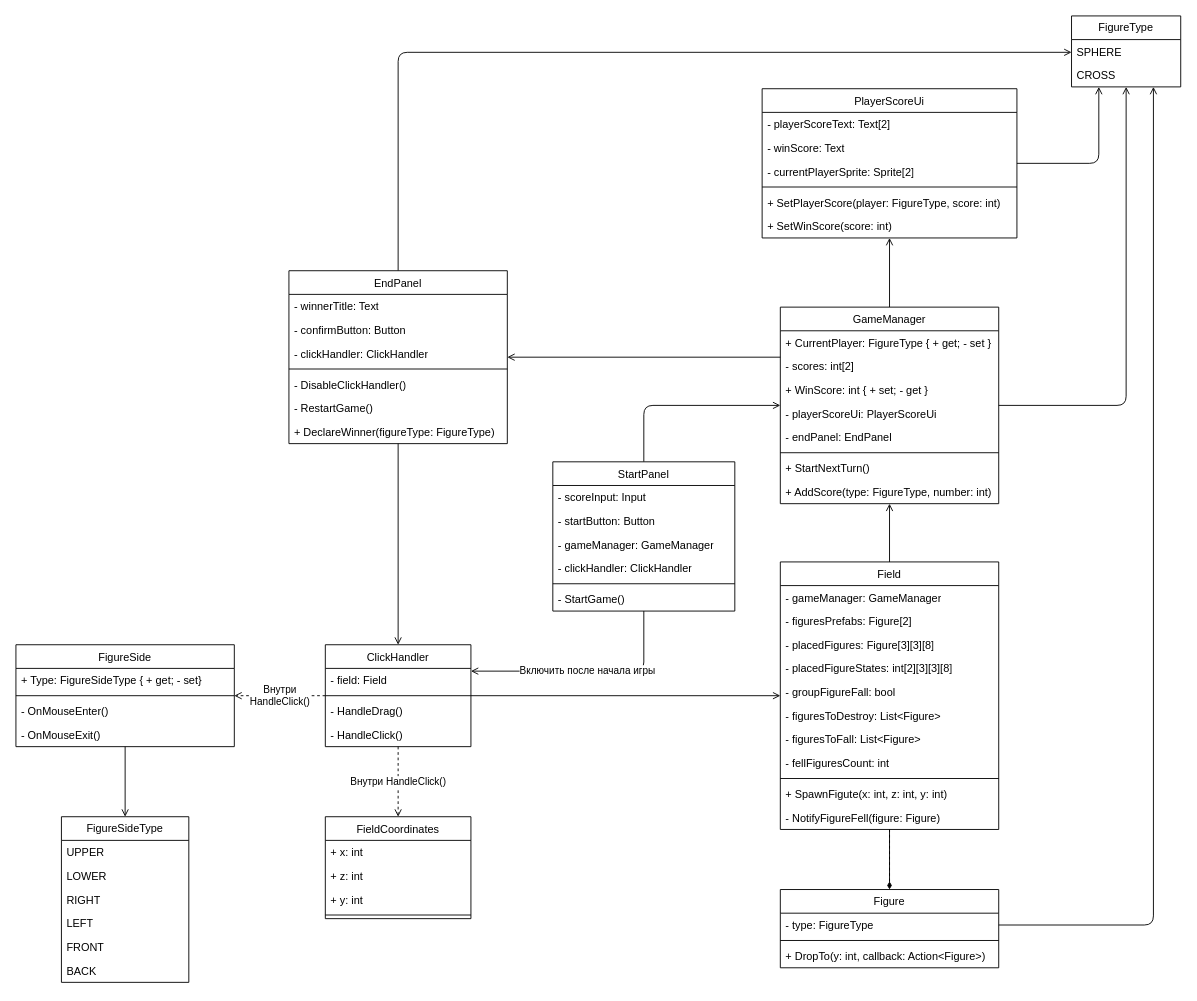
The draw.io diagram page "Components" (1 of 2) of Docs/TTT3D_Components.drawio in Multiname/TicTacToe3D, before the edit. Source tidied: cells renumbered, new cells numbered last; positions are measured from the earlier drawing's top-left corner, leaving out a move shared by most shapes. Both pictures are drawn from the tidied source at 91%, with x=0, y=0 at pixel (15, 15).
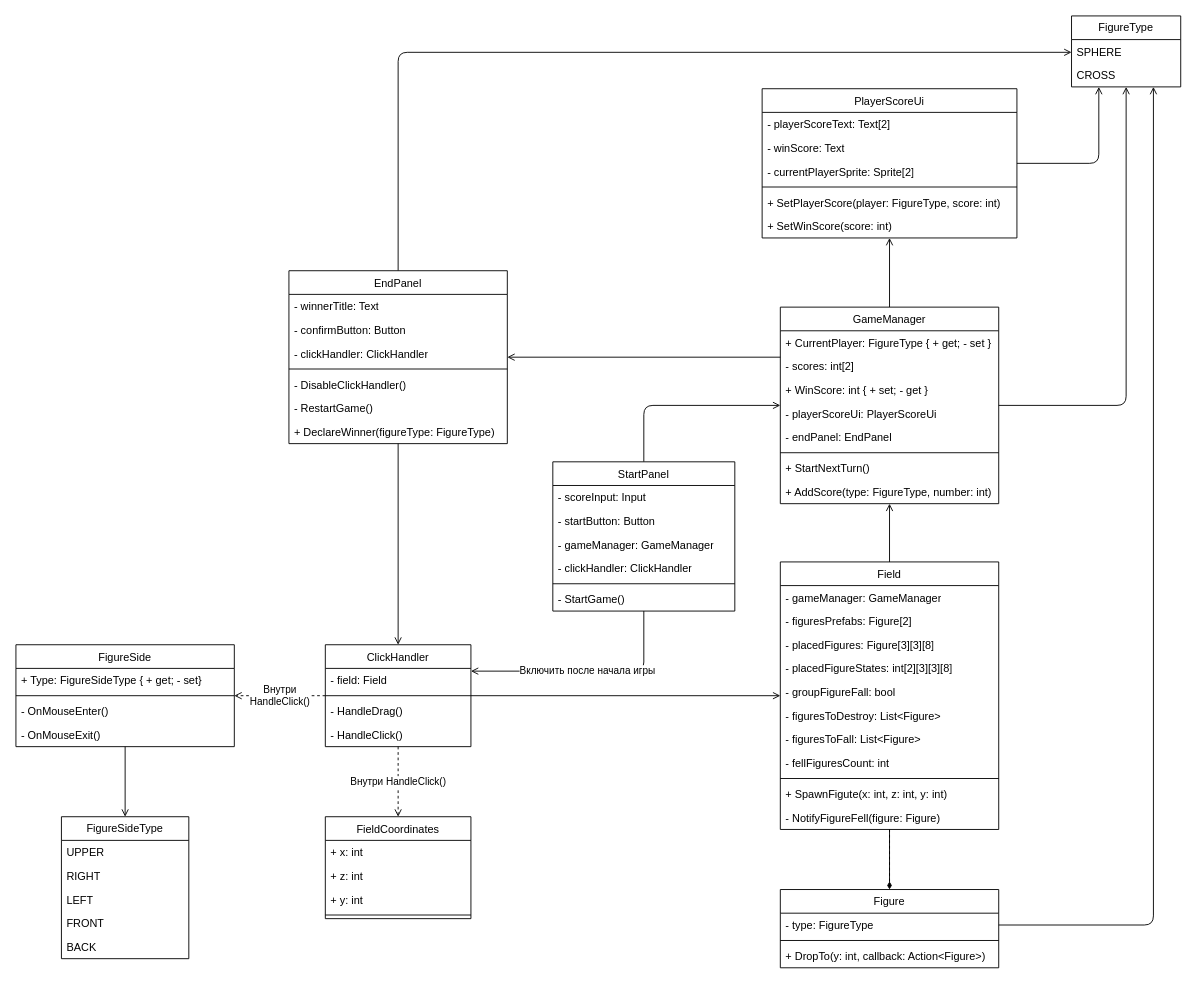
Above is the later version.

The edit, as a diff of the source:
```diff
@@
     <mxCell id="59" value="FigureSideType" style="swimlane;fontStyle=0;horizontal=1;startSize=26;fillColor=none;whiteSpace=wrap;html=1;fontFamily=gost;" parent="1" vertex="1">
-      <mxGeometry x="50" y="880" width="140" height="182" as="geometry" />
+      <mxGeometry x="50" y="880" width="140" height="156" as="geometry" />
     </mxCell>
@@
-    <mxCell id="61" value="LOWER" style="text;strokeColor=none;fillColor=none;align=left;verticalAlign=top;spacingLeft=4;spacingRight=4;overflow=hidden;whiteSpace=wrap;html=1;fontFamily=gost;" parent="59" vertex="1">
-      <mxGeometry y="52" width="140" height="26" as="geometry" />
-    </mxCell>
     <mxCell id="62" value="RIGHT" style="text;strokeColor=none;fillColor=none;align=left;verticalAlign=top;spacingLeft=4;spacingRight=4;overflow=hidden;whiteSpace=wrap;html=1;fontFamily=gost;" parent="59" vertex="1">
-      <mxGeometry y="78" width="140" height="26" as="geometry" />
+      <mxGeometry y="52" width="140" height="26" as="geometry" />
     </mxCell>
     <mxCell id="63" value="LEFT" style="text;strokeColor=none;fillColor=none;align=left;verticalAlign=top;spacingLeft=4;spacingRight=4;overflow=hidden;whiteSpace=wrap;html=1;fontFamily=gost;" parent="59" vertex="1">
-      <mxGeometry y="104" width="140" height="26" as="geometry" />
+      <mxGeometry y="78" width="140" height="26" as="geometry" />
     </mxCell>
     <mxCell id="64" value="FRONT" style="text;strokeColor=none;fillColor=none;align=left;verticalAlign=top;spacingLeft=4;spacingRight=4;overflow=hidden;whiteSpace=wrap;html=1;fontFamily=gost;" parent="59" vertex="1">
-      <mxGeometry y="130" width="140" height="26" as="geometry" />
+      <mxGeometry y="104" width="140" height="26" as="geometry" />
     </mxCell>
     <mxCell id="65" value="BACK" style="text;strokeColor=none;fillColor=none;align=left;verticalAlign=top;spacingLeft=4;spacingRight=4;overflow=hidden;whiteSpace=wrap;html=1;fontFamily=gost;" parent="59" vertex="1">
-      <mxGeometry y="156" width="140" height="26" as="geometry" />
+      <mxGeometry y="130" width="140" height="26" as="geometry" />
     </mxCell>
```
